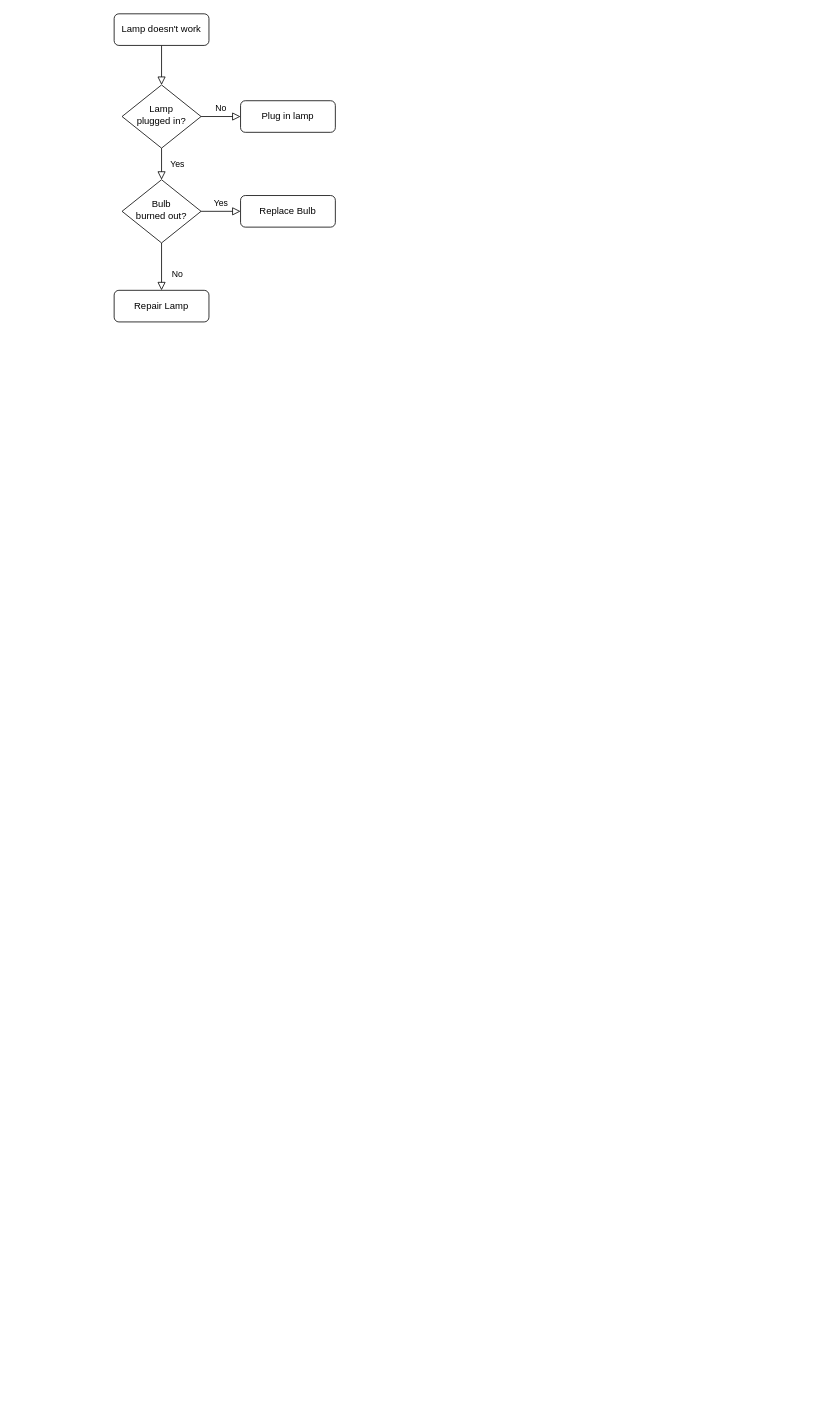
Before: page "Page-1" (1 of 2) of docs/Diagrama sin título.drawio in jazminmontenegro/DEV010-md-links, a draw.io diagram. Source tidied: cells renumbered, new cells numbered last; positions are measured from the earlier drawing's top-left corner, leaving out a move shared by most shapes. Both pictures are drawn from the tidied source at 79%, with x=0, y=0 at pixel (114, 13).
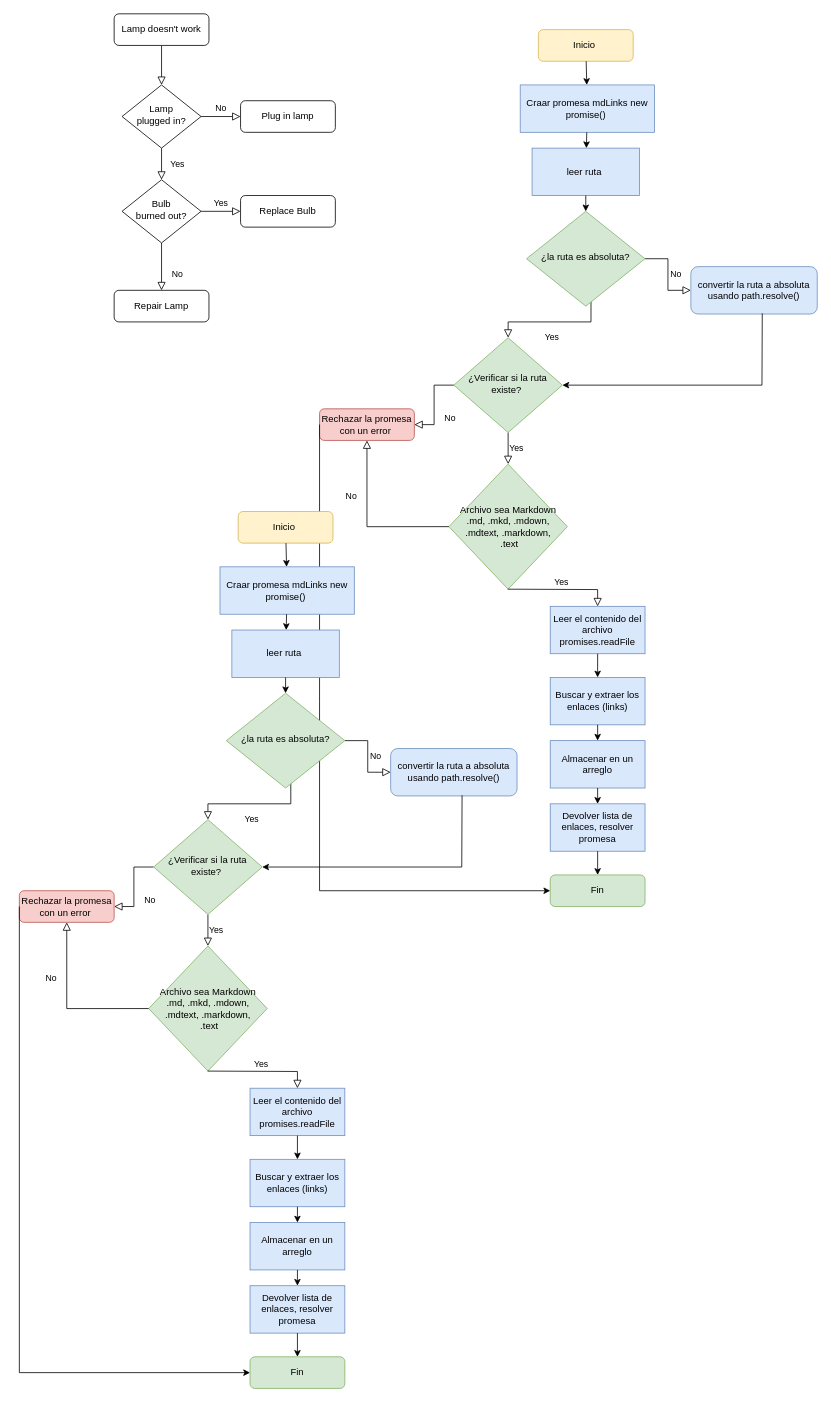
After the change.

What changed in the source:
```diff
@@
+    <mxCell id="13" value="Inicio&amp;nbsp;" style="rounded=1;whiteSpace=wrap;html=1;fontSize=12;glass=0;strokeWidth=1;shadow=0;fillColor=#fff2cc;strokeColor=#d6b656;" parent="1" vertex="1">
+      <mxGeometry x="537" y="20" width="120" height="40" as="geometry" />
+    </mxCell>
+    <mxCell id="14" value="Yes" style="rounded=0;html=1;jettySize=auto;fontSize=11;endArrow=block;endFill=0;endSize=8;strokeWidth=1;shadow=0;labelBackgroundColor=none;edgeStyle=orthogonalEdgeStyle;exitX=0.544;exitY=0.943;exitDx=0;exitDy=0;exitPerimeter=0;" parent="1" edge="1" source="16" target="20">
+      <mxGeometry y="20" relative="1" as="geometry" />
+    </mxCell>
+    <mxCell id="15" value="No" style="edgeStyle=orthogonalEdgeStyle;rounded=0;html=1;jettySize=auto;fontSize=11;endArrow=block;endFill=0;endSize=8;strokeWidth=1;shadow=0;labelBackgroundColor=none;" parent="1" edge="1" source="16" target="17">
+      <mxGeometry y="10" relative="1" as="geometry" />
+    </mxCell>
+    <mxCell id="16" value="¿la ruta es absoluta?" style="rhombus;whiteSpace=wrap;html=1;shadow=0;fontFamily=Helvetica;fontSize=12;align=center;strokeWidth=1;spacing=6;spacingTop=-4;fillColor=#d5e8d4;strokeColor=#82b366;" parent="1" vertex="1">
+      <mxGeometry x="522" y="250" width="150" height="120" as="geometry" />
+    </mxCell>
+    <mxCell id="17" value="convertir la ruta a absoluta usando path.resolve()" style="rounded=1;whiteSpace=wrap;html=1;fontSize=12;glass=0;strokeWidth=1;shadow=0;fillColor=#dae8fc;strokeColor=#6c8ebf;" parent="1" vertex="1">
+      <mxGeometry x="730" y="320" width="160" height="60" as="geometry" />
+    </mxCell>
+    <mxCell id="18" value="No" style="rounded=0;html=1;jettySize=auto;fontSize=11;endArrow=block;endFill=0;endSize=8;strokeWidth=1;shadow=0;labelBackgroundColor=none;edgeStyle=orthogonalEdgeStyle;" parent="1" edge="1" source="20" target="21">
+      <mxGeometry x="0.33" y="20" relative="1" as="geometry" />
+    </mxCell>
+    <mxCell id="19" value="Yes" style="edgeStyle=orthogonalEdgeStyle;rounded=0;html=1;jettySize=auto;fontSize=11;endArrow=block;endFill=0;endSize=8;strokeWidth=1;shadow=0;labelBackgroundColor=none;" parent="1" edge="1" source="20" target="27">
+      <mxGeometry y="10" relative="1" as="geometry" />
+    </mxCell>
+    <mxCell id="20" value="¿Verificar si la ruta existe?&amp;nbsp;" style="rhombus;whiteSpace=wrap;html=1;shadow=0;fontFamily=Helvetica;fontSize=12;align=center;strokeWidth=1;spacing=6;spacingTop=-4;fillColor=#d5e8d4;strokeColor=#82b366;" parent="1" vertex="1">
+      <mxGeometry x="430" y="410" width="137.4" height="120" as="geometry" />
+    </mxCell>
+    <mxCell id="21" value="Rechazar la promesa con un error&amp;nbsp;" style="rounded=1;whiteSpace=wrap;html=1;fontSize=12;glass=0;strokeWidth=1;shadow=0;fillColor=#f8cecc;strokeColor=#b85450;" parent="1" vertex="1">
+      <mxGeometry x="260" y="500" width="120" height="40" as="geometry" />
+    </mxCell>
+    <mxCell id="22" value="leer ruta&amp;nbsp;" style="rounded=0;whiteSpace=wrap;html=1;fillColor=#dae8fc;strokeColor=#6c8ebf;" parent="1" vertex="1">
+      <mxGeometry x="529" y="170" width="136" height="60" as="geometry" />
+    </mxCell>
+    <mxCell id="23" value="Craar promesa mdLinks new promise()&amp;nbsp;" style="rounded=0;whiteSpace=wrap;html=1;fillColor=#dae8fc;strokeColor=#6c8ebf;" parent="1" vertex="1">
+      <mxGeometry x="514" y="90" width="170" height="60" as="geometry" />
+    </mxCell>
+    <mxCell id="24" style="endArrow=classic;html=1;rounded=0;" parent="1" edge="1" source="13" target="23">
+      <mxGeometry relative="1" as="geometry" />
+    </mxCell>
+    <mxCell id="25" style="endArrow=classic;html=1;rounded=0;" parent="1" edge="1" source="23" target="22">
+      <mxGeometry relative="1" as="geometry" />
+    </mxCell>
+    <mxCell id="26" style="endArrow=classic;html=1;rounded=0;" parent="1" edge="1" source="22" target="16">
+      <mxGeometry relative="1" as="geometry" />
+    </mxCell>
+    <mxCell id="27" value="Archivo sea Markdown .md, .mkd, .mdown, .mdtext, .markdown,&lt;br&gt;&amp;nbsp;.text" style="rhombus;whiteSpace=wrap;html=1;fillColor=#d5e8d4;strokeColor=#82b366;" parent="1" vertex="1">
+      <mxGeometry x="423.7" y="570" width="150" height="158.3" as="geometry" />
+    </mxCell>
+    <mxCell id="28" value="No" style="rounded=0;html=1;jettySize=auto;fontSize=11;endArrow=block;endFill=0;endSize=8;strokeWidth=1;shadow=0;labelBackgroundColor=none;edgeStyle=orthogonalEdgeStyle;exitX=0;exitY=0.5;exitDx=0;exitDy=0;entryX=0.5;entryY=1;entryDx=0;entryDy=0;" parent="1" edge="1" source="27" target="21">
+      <mxGeometry x="0.33" y="20" relative="1" as="geometry" />
+    </mxCell>
+    <mxCell id="29" value="Leer el contenido del archivo promises.readFile" style="rounded=0;whiteSpace=wrap;html=1;fillColor=#dae8fc;strokeColor=#6c8ebf;" parent="1" vertex="1">
+      <mxGeometry x="552" y="750" width="120" height="60" as="geometry" />
+    </mxCell>
+    <mxCell id="30" value="Yes" style="edgeStyle=orthogonalEdgeStyle;rounded=0;html=1;jettySize=auto;fontSize=11;endArrow=block;endFill=0;endSize=8;strokeWidth=1;shadow=0;labelBackgroundColor=none;entryX=0.5;entryY=0;entryDx=0;entryDy=0;" parent="1" edge="1" target="29">
+      <mxGeometry y="10" relative="1" as="geometry">
+        <mxPoint x="498.2" y="728.3" as="sourcePoint" />
+      </mxGeometry>
+    </mxCell>
+    <mxCell id="31" value="Buscar y extraer los enlaces (links)" style="rounded=0;whiteSpace=wrap;html=1;fillColor=#dae8fc;strokeColor=#6c8ebf;" parent="1" vertex="1">
+      <mxGeometry x="552" y="840" width="120" height="60" as="geometry" />
+    </mxCell>
+    <mxCell id="32" value="Almacenar en un arreglo" style="rounded=0;whiteSpace=wrap;html=1;fillColor=#dae8fc;strokeColor=#6c8ebf;" parent="1" vertex="1">
+      <mxGeometry x="552" y="920" width="120" height="60" as="geometry" />
+    </mxCell>
+    <mxCell id="33" value="Devolver lista de enlaces, resolver promesa" style="rounded=0;whiteSpace=wrap;html=1;fillColor=#dae8fc;strokeColor=#6c8ebf;" parent="1" vertex="1">
+      <mxGeometry x="552" y="1000" width="120" height="60" as="geometry" />
+    </mxCell>
+    <mxCell id="34" value="Fin" style="rounded=1;whiteSpace=wrap;html=1;fontSize=12;glass=0;strokeWidth=1;shadow=0;fillColor=#d5e8d4;strokeColor=#82b366;" parent="1" vertex="1">
+      <mxGeometry x="552" y="1090" width="120" height="40" as="geometry" />
+    </mxCell>
+    <mxCell id="35" style="endArrow=classic;html=1;rounded=0;" parent="1" edge="1" source="29" target="31">
+      <mxGeometry relative="1" as="geometry" />
+    </mxCell>
+    <mxCell id="36" style="endArrow=classic;html=1;rounded=0;exitX=0.5;exitY=1;exitDx=0;exitDy=0;" parent="1" edge="1" source="31" target="32">
+      <mxGeometry relative="1" as="geometry" />
+    </mxCell>
+    <mxCell id="37" style="endArrow=classic;html=1;rounded=0;" parent="1" edge="1" source="32" target="33">
+      <mxGeometry relative="1" as="geometry" />
+    </mxCell>
+    <mxCell id="38" style="endArrow=classic;html=1;rounded=0;" parent="1" edge="1" source="33" target="34">
+      <mxGeometry relative="1" as="geometry" />
+    </mxCell>
+    <mxCell id="39" style="endArrow=classic;html=1;rounded=0;exitX=0.565;exitY=0.987;exitDx=0;exitDy=0;exitPerimeter=0;" parent="1" edge="1" source="17" target="20">
+      <mxGeometry relative="1" as="geometry">
+        <Array as="points">
+          <mxPoint x="820" y="470" />
+        </Array>
+      </mxGeometry>
+    </mxCell>
+    <mxCell id="40" style="endArrow=classic;html=1;rounded=0;entryX=0;entryY=0.5;entryDx=0;entryDy=0;exitX=0;exitY=0.5;exitDx=0;exitDy=0;" parent="1" edge="1" source="21" target="34">
+      <mxGeometry relative="1" as="geometry">
+        <Array as="points">
+          <mxPoint x="260" y="870" />
+          <mxPoint x="260" y="1110" />
+        </Array>
+      </mxGeometry>
+    </mxCell>
+    <mxCell id="41" value="Inicio&amp;nbsp;" style="rounded=1;whiteSpace=wrap;html=1;fontSize=12;glass=0;strokeWidth=1;shadow=0;fillColor=#fff2cc;strokeColor=#d6b656;" parent="1" vertex="1">
+      <mxGeometry x="157" y="630" width="120" height="40" as="geometry" />
+    </mxCell>
+    <mxCell id="42" value="Yes" style="rounded=0;html=1;jettySize=auto;fontSize=11;endArrow=block;endFill=0;endSize=8;strokeWidth=1;shadow=0;labelBackgroundColor=none;edgeStyle=orthogonalEdgeStyle;exitX=0.544;exitY=0.943;exitDx=0;exitDy=0;exitPerimeter=0;" parent="1" edge="1" source="44" target="48">
+      <mxGeometry y="20" relative="1" as="geometry" />
+    </mxCell>
+    <mxCell id="43" value="No" style="edgeStyle=orthogonalEdgeStyle;rounded=0;html=1;jettySize=auto;fontSize=11;endArrow=block;endFill=0;endSize=8;strokeWidth=1;shadow=0;labelBackgroundColor=none;" parent="1" edge="1" source="44" target="45">
+      <mxGeometry y="10" relative="1" as="geometry" />
+    </mxCell>
+    <mxCell id="44" value="¿la ruta es absoluta?" style="rhombus;whiteSpace=wrap;html=1;shadow=0;fontFamily=Helvetica;fontSize=12;align=center;strokeWidth=1;spacing=6;spacingTop=-4;fillColor=#d5e8d4;strokeColor=#82b366;" parent="1" vertex="1">
+      <mxGeometry x="142" y="860" width="150" height="120" as="geometry" />
+    </mxCell>
+    <mxCell id="45" value="convertir la ruta a absoluta usando path.resolve()" style="rounded=1;whiteSpace=wrap;html=1;fontSize=12;glass=0;strokeWidth=1;shadow=0;fillColor=#dae8fc;strokeColor=#6c8ebf;" parent="1" vertex="1">
+      <mxGeometry x="350" y="930" width="160" height="60" as="geometry" />
+    </mxCell>
+    <mxCell id="46" value="No" style="rounded=0;html=1;jettySize=auto;fontSize=11;endArrow=block;endFill=0;endSize=8;strokeWidth=1;shadow=0;labelBackgroundColor=none;edgeStyle=orthogonalEdgeStyle;" parent="1" edge="1" source="48" target="49">
+      <mxGeometry x="0.33" y="20" relative="1" as="geometry" />
+    </mxCell>
+    <mxCell id="47" value="Yes" style="edgeStyle=orthogonalEdgeStyle;rounded=0;html=1;jettySize=auto;fontSize=11;endArrow=block;endFill=0;endSize=8;strokeWidth=1;shadow=0;labelBackgroundColor=none;" parent="1" edge="1" source="48" target="55">
+      <mxGeometry y="10" relative="1" as="geometry" />
+    </mxCell>
+    <mxCell id="48" value="¿Verificar si la ruta existe?&amp;nbsp;" style="rhombus;whiteSpace=wrap;html=1;shadow=0;fontFamily=Helvetica;fontSize=12;align=center;strokeWidth=1;spacing=6;spacingTop=-4;fillColor=#d5e8d4;strokeColor=#82b366;" parent="1" vertex="1">
+      <mxGeometry x="50" y="1020" width="137.4" height="120" as="geometry" />
+    </mxCell>
+    <mxCell id="49" value="Rechazar la promesa con un error&amp;nbsp;" style="rounded=1;whiteSpace=wrap;html=1;fontSize=12;glass=0;strokeWidth=1;shadow=0;fillColor=#f8cecc;strokeColor=#b85450;" parent="1" vertex="1">
+      <mxGeometry x="-120" y="1110" width="120" height="40" as="geometry" />
+    </mxCell>
+    <mxCell id="50" value="leer ruta&amp;nbsp;" style="rounded=0;whiteSpace=wrap;html=1;fillColor=#dae8fc;strokeColor=#6c8ebf;" parent="1" vertex="1">
+      <mxGeometry x="149" y="780" width="136" height="60" as="geometry" />
+    </mxCell>
+    <mxCell id="51" value="Craar promesa mdLinks new promise()&amp;nbsp;" style="rounded=0;whiteSpace=wrap;html=1;fillColor=#dae8fc;strokeColor=#6c8ebf;" parent="1" vertex="1">
+      <mxGeometry x="134" y="700" width="170" height="60" as="geometry" />
+    </mxCell>
+    <mxCell id="52" style="endArrow=classic;html=1;rounded=0;" parent="1" edge="1" source="41" target="51">
+      <mxGeometry relative="1" as="geometry" />
+    </mxCell>
+    <mxCell id="53" style="endArrow=classic;html=1;rounded=0;" parent="1" edge="1" source="51" target="50">
+      <mxGeometry relative="1" as="geometry" />
+    </mxCell>
+    <mxCell id="54" style="endArrow=classic;html=1;rounded=0;" parent="1" edge="1" source="50" target="44">
+      <mxGeometry relative="1" as="geometry" />
+    </mxCell>
+    <mxCell id="55" value="Archivo sea Markdown .md, .mkd, .mdown, .mdtext, .markdown,&lt;br&gt;&amp;nbsp;.text" style="rhombus;whiteSpace=wrap;html=1;fillColor=#d5e8d4;strokeColor=#82b366;" parent="1" vertex="1">
+      <mxGeometry x="43.7" y="1180" width="150" height="158.3" as="geometry" />
+    </mxCell>
+    <mxCell id="56" value="No" style="rounded=0;html=1;jettySize=auto;fontSize=11;endArrow=block;endFill=0;endSize=8;strokeWidth=1;shadow=0;labelBackgroundColor=none;edgeStyle=orthogonalEdgeStyle;exitX=0;exitY=0.5;exitDx=0;exitDy=0;entryX=0.5;entryY=1;entryDx=0;entryDy=0;" parent="1" edge="1" source="55" target="49">
+      <mxGeometry x="0.33" y="20" relative="1" as="geometry" />
+    </mxCell>
+    <mxCell id="57" value="Leer el contenido del archivo promises.readFile" style="rounded=0;whiteSpace=wrap;html=1;fillColor=#dae8fc;strokeColor=#6c8ebf;" parent="1" vertex="1">
+      <mxGeometry x="172" y="1360" width="120" height="60" as="geometry" />
+    </mxCell>
+    <mxCell id="58" value="Yes" style="edgeStyle=orthogonalEdgeStyle;rounded=0;html=1;jettySize=auto;fontSize=11;endArrow=block;endFill=0;endSize=8;strokeWidth=1;shadow=0;labelBackgroundColor=none;entryX=0.5;entryY=0;entryDx=0;entryDy=0;" parent="1" edge="1" target="57">
+      <mxGeometry y="10" relative="1" as="geometry">
+        <mxPoint x="118.2" y="1338.3" as="sourcePoint" />
+      </mxGeometry>
+    </mxCell>
+    <mxCell id="59" value="Buscar y extraer los enlaces (links)" style="rounded=0;whiteSpace=wrap;html=1;fillColor=#dae8fc;strokeColor=#6c8ebf;" parent="1" vertex="1">
+      <mxGeometry x="172" y="1450" width="120" height="60" as="geometry" />
+    </mxCell>
+    <mxCell id="60" value="Almacenar en un arreglo" style="rounded=0;whiteSpace=wrap;html=1;fillColor=#dae8fc;strokeColor=#6c8ebf;" parent="1" vertex="1">
+      <mxGeometry x="172" y="1530" width="120" height="60" as="geometry" />
+    </mxCell>
+    <mxCell id="61" value="Devolver lista de enlaces, resolver promesa" style="rounded=0;whiteSpace=wrap;html=1;fillColor=#dae8fc;strokeColor=#6c8ebf;" parent="1" vertex="1">
+      <mxGeometry x="172" y="1610" width="120" height="60" as="geometry" />
+    </mxCell>
+    <mxCell id="62" value="Fin" style="rounded=1;whiteSpace=wrap;html=1;fontSize=12;glass=0;strokeWidth=1;shadow=0;fillColor=#d5e8d4;strokeColor=#82b366;" parent="1" vertex="1">
+      <mxGeometry x="172" y="1700" width="120" height="40" as="geometry" />
+    </mxCell>
+    <mxCell id="63" style="endArrow=classic;html=1;rounded=0;" parent="1" edge="1" source="57" target="59">
+      <mxGeometry relative="1" as="geometry" />
+    </mxCell>
+    <mxCell id="64" style="endArrow=classic;html=1;rounded=0;exitX=0.5;exitY=1;exitDx=0;exitDy=0;" parent="1" edge="1" source="59" target="60">
+      <mxGeometry relative="1" as="geometry" />
+    </mxCell>
+    <mxCell id="65" style="endArrow=classic;html=1;rounded=0;" parent="1" edge="1" source="60" target="61">
+      <mxGeometry relative="1" as="geometry" />
+    </mxCell>
+    <mxCell id="66" style="endArrow=classic;html=1;rounded=0;" parent="1" edge="1" source="61" target="62">
+      <mxGeometry relative="1" as="geometry" />
+    </mxCell>
+    <mxCell id="67" style="endArrow=classic;html=1;rounded=0;exitX=0.565;exitY=0.987;exitDx=0;exitDy=0;exitPerimeter=0;" parent="1" edge="1" source="45" target="48">
+      <mxGeometry relative="1" as="geometry">
+        <Array as="points">
+          <mxPoint x="440" y="1080" />
+        </Array>
+      </mxGeometry>
+    </mxCell>
+    <mxCell id="68" style="endArrow=classic;html=1;rounded=0;entryX=0;entryY=0.5;entryDx=0;entryDy=0;exitX=0;exitY=0.5;exitDx=0;exitDy=0;" parent="1" edge="1" source="49" target="62">
+      <mxGeometry relative="1" as="geometry">
+        <Array as="points">
+          <mxPoint x="-120" y="1480" />
+          <mxPoint x="-120" y="1720" />
+        </Array>
+      </mxGeometry>
+    </mxCell>
```
